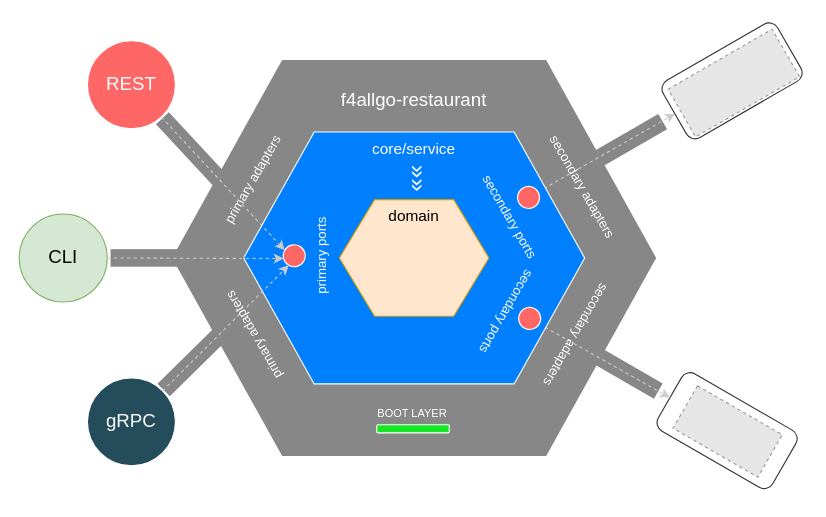
The draw.io diagram assets/draw.io/f4allgo-restaurant-hex-architecture.drawio in 3rs4lg4d0/f4allgo-restaurant, before the edit. Source tidied: cells renumbered, new cells numbered last; positions are measured from the earlier drawing's top-left corner, leaving out a move shared by most shapes. Both pictures are drawn from the tidied source at 110%, with x=0, y=0 at pixel (19, 41). Pictures stored in the file or linked from it are replaced by grey dashed boxes.
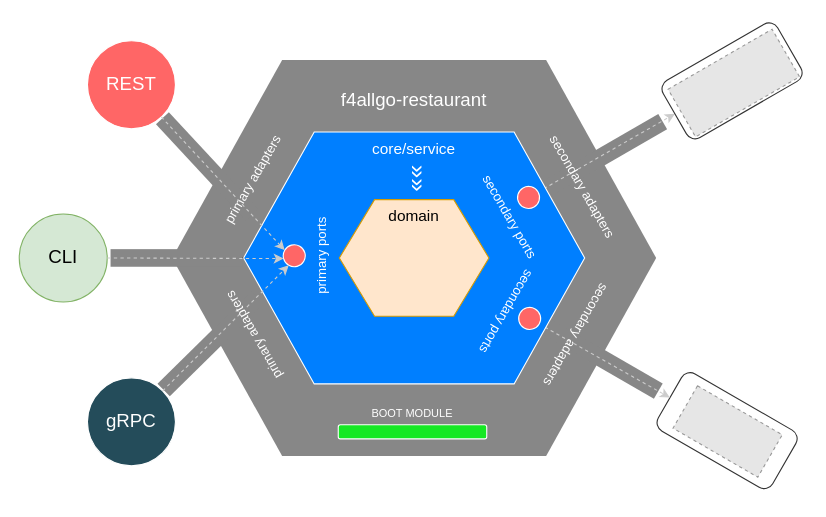
Above is the later version.

What changed in the source:
```diff
@@
-    <mxCell id="33" value="BOOT LAYER" style="text;html=1;strokeColor=none;fillColor=none;align=center;verticalAlign=middle;whiteSpace=wrap;rounded=0;labelBackgroundColor=none;fontSize=10;fontColor=#FFFFFF;rotation=0;" parent="1" vertex="1">
+    <mxCell id="33" value="BOOT MODULE" style="text;html=1;strokeColor=none;fillColor=none;align=center;verticalAlign=middle;whiteSpace=wrap;rounded=0;labelBackgroundColor=none;fontSize=10;fontColor=#FFFFFF;rotation=0;" parent="1" vertex="1">
       <mxGeometry x="298.8" y="322.7" width="116.5" height="30" as="geometry" />
     </mxCell>
     <mxCell id="34" style="rounded=1;whiteSpace=wrap;html=1;rotation=-180;fillColor=#15E823;strokeColor=#FFFFFF;" parent="1" vertex="1">
-      <mxGeometry x="325" y="348.7" width="66" height="7.3" as="geometry" />
+      <mxGeometry x="290" y="348.7" width="135" height="12.8" as="geometry" />
     </mxCell>
```
